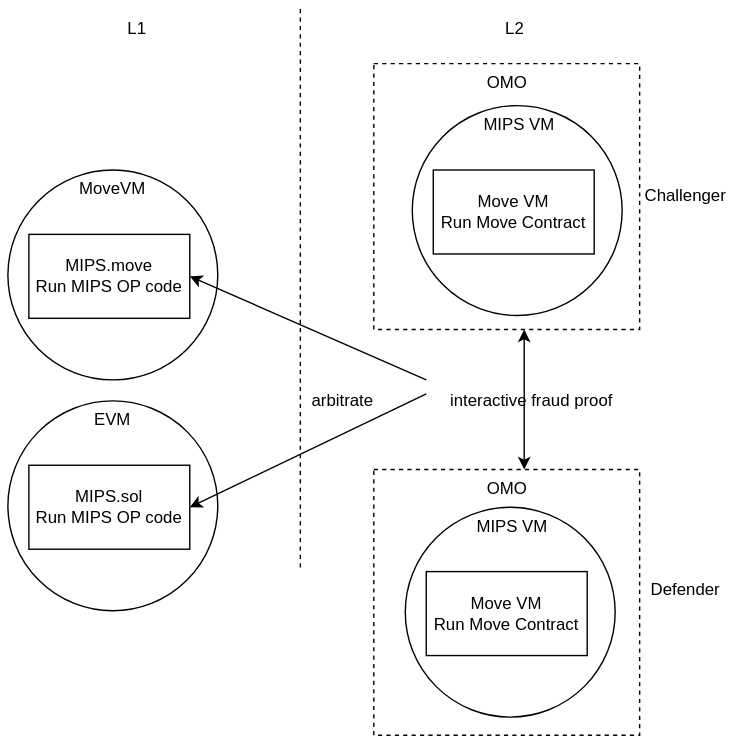
rooch-network/rooch-network.github.io keeps this draw.io diagram as static/diagram/rooch-omo.svg. Above is the earlier version. Source tidied: cells renumbered, new cells last; positions are measured from the earlier drawing's top-left corner, leaving out a move shared by most shapes.
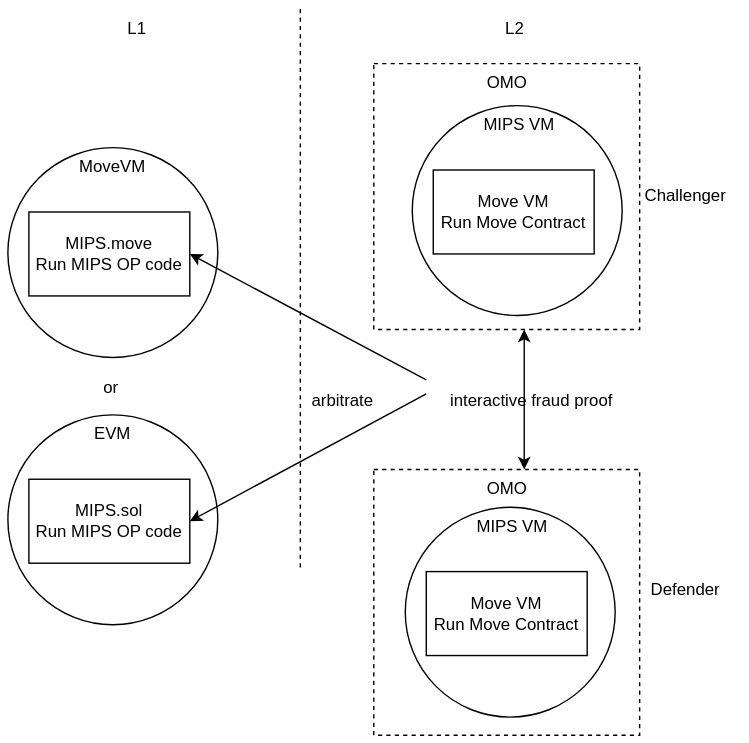
After the commit.

The edit, as a diff of the source:
```diff
@@ -9,10 +9,10 @@
       <mxGeometry x="261.5" y="40" width="190" height="190" as="geometry" />
     </mxCell>
     <mxCell id="4" value="MoveVM" style="ellipse;whiteSpace=wrap;html=1;verticalAlign=top;" parent="1" vertex="1">
-      <mxGeometry y="116" width="150" height="150" as="geometry" />
+      <mxGeometry y="100" width="150" height="150" as="geometry" />
     </mxCell>
     <mxCell id="5" value="MIPS.move&lt;br&gt;Run MIPS OP code" style="rounded=0;whiteSpace=wrap;html=1;" parent="1" vertex="1">
-      <mxGeometry x="15" y="162" width="115" height="60" as="geometry" />
+      <mxGeometry x="15" y="146" width="115" height="60" as="geometry" />
     </mxCell>
     <mxCell id="6" value="&amp;nbsp;MIPS VM" style="ellipse;whiteSpace=wrap;html=1;verticalAlign=top;" parent="1" vertex="1">
       <mxGeometry x="289" y="70" width="150" height="150" as="geometry" />
@@ -61,11 +61,14 @@
     <mxCell id="18" value="arbitrate" style="text;html=1;align=center;verticalAlign=middle;strokeColor=none;fillColor=none;" parent="1" vertex="1">
       <mxGeometry x="204" y="266" width="70" height="30" as="geometry" />
     </mxCell>
+    <mxCell id="22" value="or" style="text;html=1;strokeColor=none;fillColor=none;align=center;verticalAlign=middle;whiteSpace=wrap;rounded=0;" parent="1" vertex="1">
+      <mxGeometry x="43.5" y="257" width="60" height="30" as="geometry" />
+    </mxCell>
     <mxCell id="19" value="EVM" style="ellipse;whiteSpace=wrap;html=1;verticalAlign=top;" parent="1" vertex="1">
-      <mxGeometry y="281" width="150" height="150" as="geometry" />
+      <mxGeometry y="291" width="150" height="150" as="geometry" />
     </mxCell>
     <mxCell id="20" value="MIPS.sol&lt;br&gt;Run MIPS OP code" style="rounded=0;whiteSpace=wrap;html=1;" parent="1" vertex="1">
-      <mxGeometry x="15" y="327" width="115" height="60" as="geometry" />
+      <mxGeometry x="15" y="337" width="115" height="60" as="geometry" />
     </mxCell>
     <mxCell id="21" style="endArrow=classic;html=1;rounded=0;entryX=1;entryY=0.5;entryDx=0;entryDy=0;" parent="1" edge="1" target="20">
       <mxGeometry relative="1" as="geometry">
```
